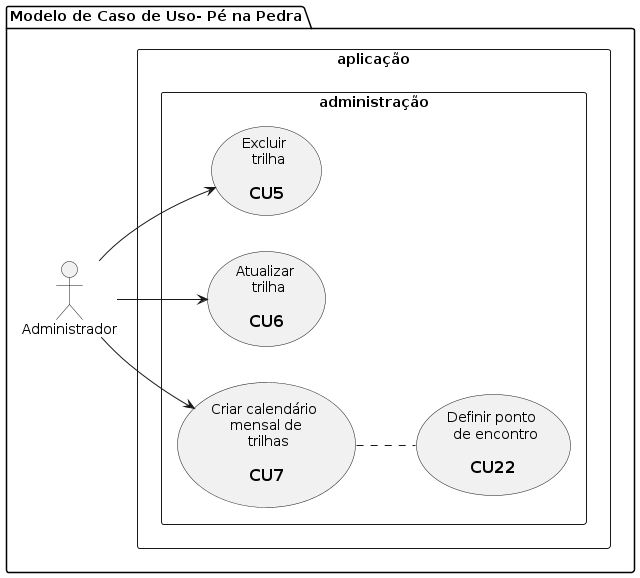
tiagors09/pe_na_pedra keeps this PlantUML diagram as docs/diagrams/out/usecases_diagrams/pe_na_pedra_usecase_3.png. Above is the earlier version. The source it was exported from:
```plantuml
@startuml pe_na_pedra_usecase_3
  left to right direction

  package "Modelo de Caso de Uso- Pé na Pedra" {

    :Administrador: as adm

    rectangle aplicação {
      rectangle administração {
        usecase uc5 as "Excluir \n trilha\n
          == CU5"
        usecase uc6 as "Atualizar \n trilha\n
          == CU6"
        usecase uc7 as "Criar calendário \n mensal de \n trilhas\n
          == CU7"
        usecase uc22 as "Definir ponto \n de encontro\n
          == CU22"
      }
    }
  }

  adm --> uc5
  adm --> uc6
  adm --> uc7
  uc7 .. uc22
@enduml
```
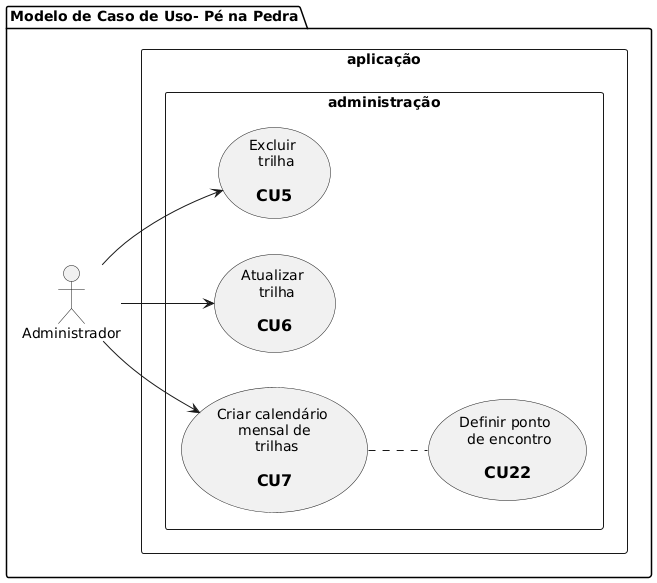
The same diagram one commit later.

Change to the diagram source:
```diff
@@ -1,5 +1,5 @@
-@startuml pe_na_pedra_usecase_3
-  left to right direction
+@startuml
+left to right direction
 
   package "Modelo de Caso de Uso- Pé na Pedra" {
 
```
